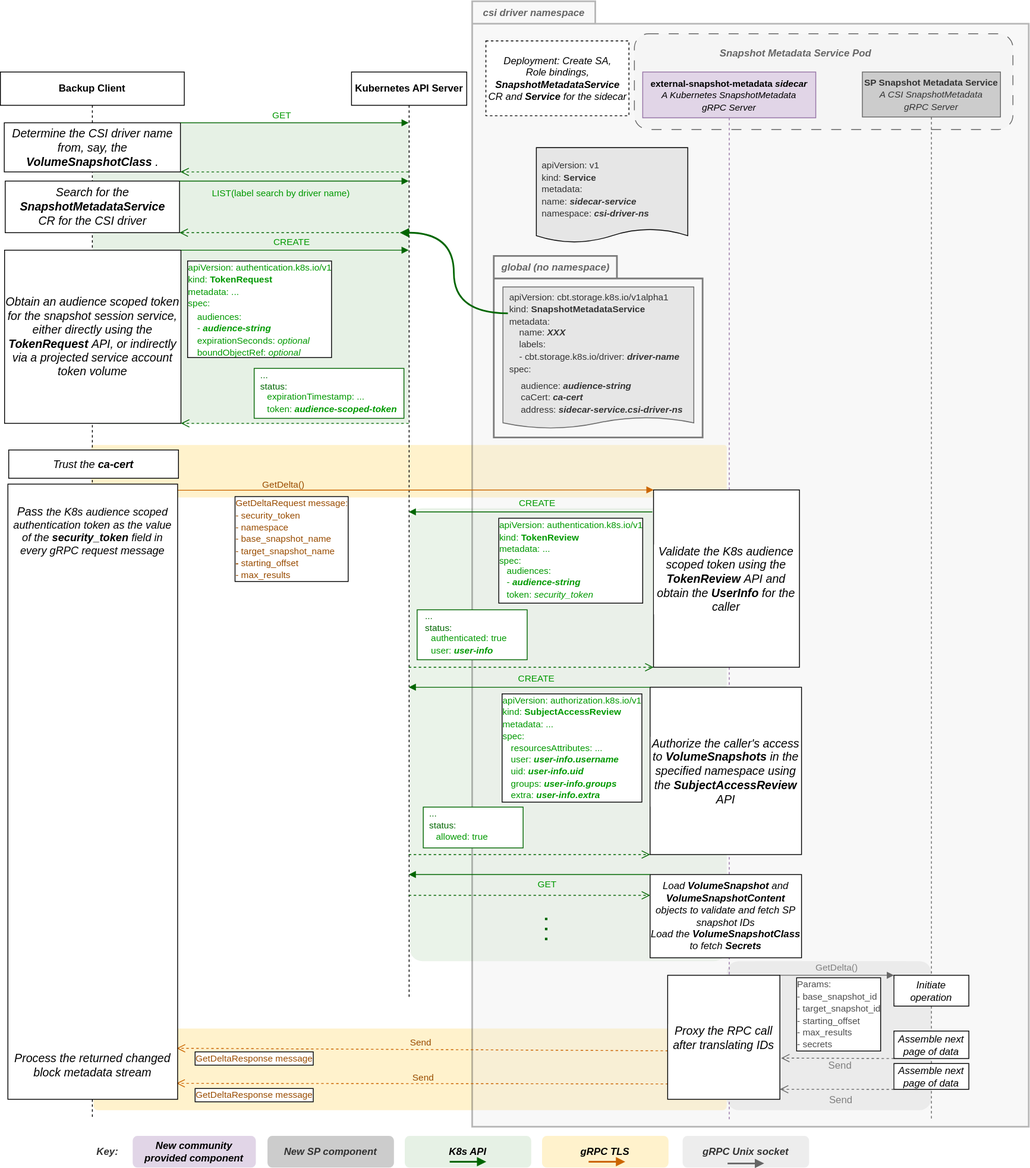
Before: keps/sig-storage/3314-csi-changed-block-tracking/flow.drawio.svg, a diagram exported from draw.io (kubernetes/enhancements). Source tidied: cells renumbered, new cells last; positions are measured from the earlier drawing's top-left corner, leaving out a move shared by most shapes.
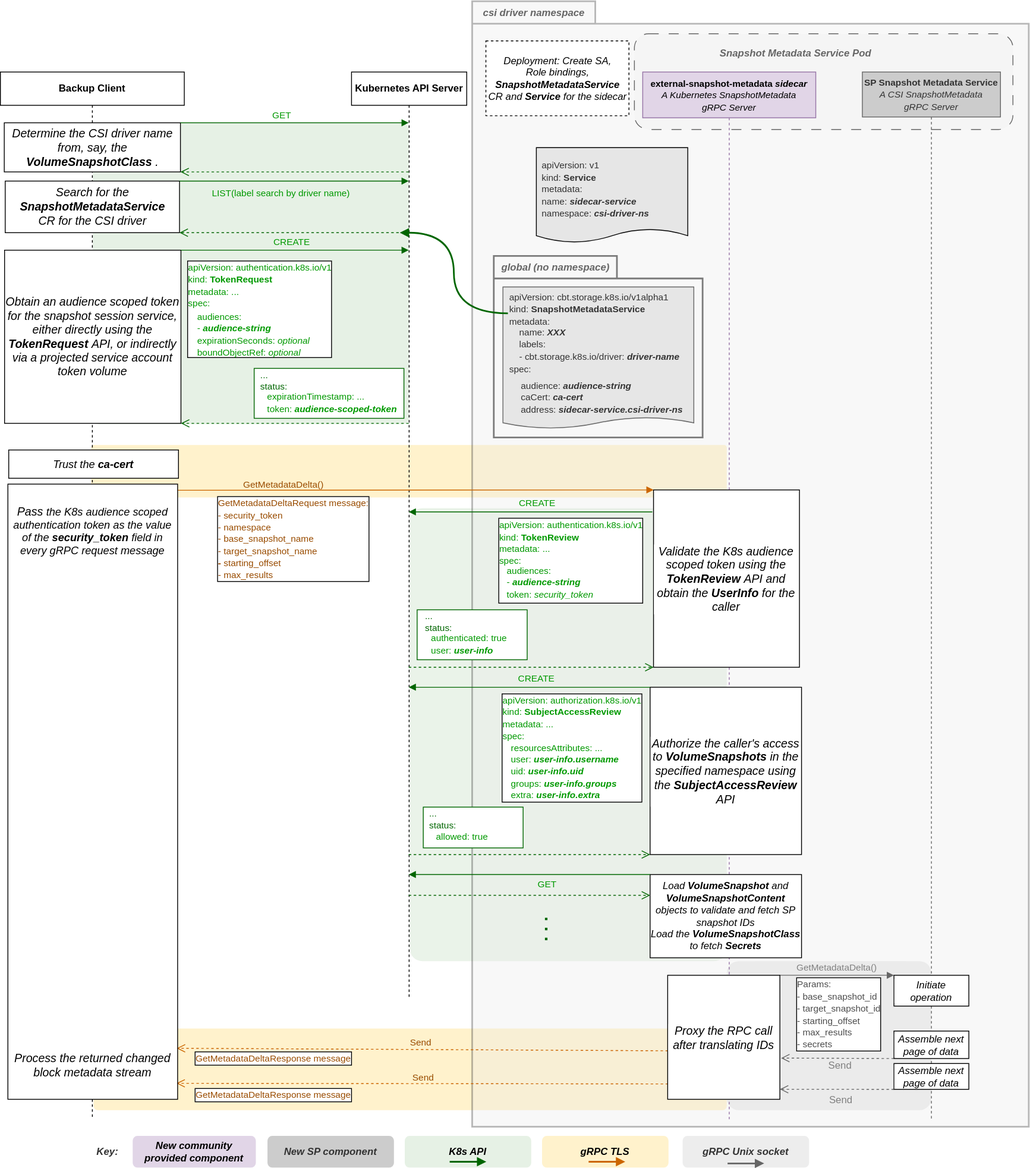
The same file after the commit.

Commit message:
Updated CSI spec; downplayed similarity between the K8s and CSI gRPC services.

The edit, as a diff of the source:
```diff
@@ -55,7 +55,7 @@
     <mxCell id="18" value="&lt;b&gt;Kubernetes API Server&lt;/b&gt;" style="shape=umlLifeline;perimeter=lifelinePerimeter;whiteSpace=wrap;html=1;outlineConnect=0;" parent="1" vertex="1">
       <mxGeometry x="422" y="85" width="138.5" height="1111" as="geometry" />
     </mxCell>
-    <mxCell id="19" value="&lt;font style=&quot;font-size: 11px;&quot; color=&quot;#994c00&quot;&gt;GetDelta()&lt;/font&gt;" style="html=1;verticalAlign=bottom;endArrow=block;labelBackgroundColor=none;strokeColor=#CC6600;fontSize=12;fontColor=#808080;entryX=0;entryY=0;entryDx=0;entryDy=0;exitX=0.998;exitY=0.01;exitDx=0;exitDy=0;exitPerimeter=0;" parent="1" edge="1" source="49" target="47">
+    <mxCell id="19" value="&lt;font style=&quot;font-size: 11px;&quot; color=&quot;#994c00&quot;&gt;GetMetadataDelta()&lt;/font&gt;" style="html=1;verticalAlign=bottom;endArrow=block;labelBackgroundColor=none;strokeColor=#CC6600;fontSize=12;fontColor=#808080;entryX=0;entryY=0;entryDx=0;entryDy=0;exitX=0.998;exitY=0.01;exitDx=0;exitDy=0;exitPerimeter=0;" parent="1" edge="1" source="49" target="47">
       <mxGeometry x="-0.56" y="-3" relative="1" as="geometry" />
     </mxCell>
     <mxCell id="20" style="html=1;verticalAlign=bottom;endArrow=open;dashed=1;endSize=8;labelBackgroundColor=none;strokeColor=#CC6600;fontSize=12;fontColor=#000000;entryX=0.995;entryY=0.917;entryDx=0;entryDy=0;entryPerimeter=0;exitX=0.003;exitY=0.609;exitDx=0;exitDy=0;exitPerimeter=0;" parent="1" edge="1" source="36" target="49">
@@ -66,8 +66,8 @@
         <mxPoint x="-76" y="-9" as="offset" />
       </mxGeometry>
     </mxCell>
-    <mxCell id="22" value="&lt;font style=&quot;font-size: 11px;&quot;&gt;&lt;font color=&quot;#994c00&quot;&gt;GetDeltaResponse message&lt;/font&gt;&lt;br&gt;&lt;/font&gt;" style="text;html=1;strokeColor=none;fillColor=none;align=left;verticalAlign=middle;whiteSpace=wrap;rounded=0;fontColor=#009900;labelBorderColor=default;labelBackgroundColor=default;" parent="1" vertex="1">
-      <mxGeometry x="232" y="1253" width="180" height="33" as="geometry" />
+    <mxCell id="22" value="&lt;font style=&quot;font-size: 11px;&quot;&gt;&lt;font color=&quot;#994c00&quot;&gt;GetMetadataDeltaResponse message&lt;/font&gt;&lt;br&gt;&lt;/font&gt;" style="text;html=1;strokeColor=none;fillColor=none;align=left;verticalAlign=middle;whiteSpace=wrap;rounded=0;fontColor=#009900;labelBorderColor=default;labelBackgroundColor=default;" parent="1" vertex="1">
+      <mxGeometry x="232" y="1253" width="204" height="33" as="geometry" />
     </mxCell>
     <mxCell id="23" style="html=1;verticalAlign=bottom;endArrow=open;dashed=1;endSize=8;labelBackgroundColor=none;strokeColor=#CC6600;fontSize=12;fontColor=#000000;entryX=0.993;entryY=0.974;entryDx=0;entryDy=0;exitX=0.004;exitY=0.876;exitDx=0;exitDy=0;exitPerimeter=0;entryPerimeter=0;" parent="1" edge="1" source="36" target="49">
       <mxGeometry relative="1" as="geometry" />
@@ -77,8 +77,8 @@
         <mxPoint x="-76" y="-5" as="offset" />
       </mxGeometry>
     </mxCell>
-    <mxCell id="25" value="&lt;font style=&quot;font-size: 11px;&quot;&gt;&lt;font color=&quot;#994c00&quot;&gt;GetDeltaResponse message&lt;/font&gt;&lt;br&gt;&lt;/font&gt;" style="text;html=1;strokeColor=none;fillColor=none;align=left;verticalAlign=middle;whiteSpace=wrap;rounded=0;fontColor=#009900;labelBorderColor=default;labelBackgroundColor=default;" parent="1" vertex="1">
-      <mxGeometry x="232" y="1297" width="180" height="33" as="geometry" />
+    <mxCell id="25" value="&lt;font style=&quot;font-size: 11px;&quot;&gt;&lt;font color=&quot;#994c00&quot;&gt;GetMetadataDeltaResponse message&lt;/font&gt;&lt;br&gt;&lt;/font&gt;" style="text;html=1;strokeColor=none;fillColor=none;align=left;verticalAlign=middle;whiteSpace=wrap;rounded=0;fontColor=#009900;labelBorderColor=default;labelBackgroundColor=default;" parent="1" vertex="1">
+      <mxGeometry x="232" y="1297" width="194" height="33" as="geometry" />
     </mxCell>
     <mxCell id="26" value="&lt;font&gt;&lt;b&gt;&lt;i&gt;Snapshot Metadata Service Pod&lt;br&gt;&lt;/i&gt;&lt;/b&gt;&lt;/font&gt;" style="text;html=1;strokeColor=none;fillColor=none;align=center;verticalAlign=middle;whiteSpace=wrap;rounded=0;labelBackgroundColor=none;labelBorderColor=none;fillStyle=solid;fontSize=12;fontColor=#666666;" parent="1" vertex="1">
       <mxGeometry x="859.8" y="48" width="191.5" height="30" as="geometry" />
@@ -96,7 +96,7 @@
         <mxPoint x="-12" y="13" as="offset" />
       </mxGeometry>
     </mxCell>
-    <mxCell id="30" value="&lt;font style=&quot;font-size: 11px;&quot;&gt;GetDelta()&lt;/font&gt;" style="html=1;verticalAlign=bottom;endArrow=block;labelBackgroundColor=none;strokeColor=#666666;fontSize=12;fontColor=#808080;exitX=1;exitY=0;exitDx=0;exitDy=0;entryX=0;entryY=0;entryDx=0;entryDy=0;" parent="1" edge="1" source="36" target="33">
+    <mxCell id="30" value="&lt;font style=&quot;font-size: 11px;&quot;&gt;GetMetadataDelta()&lt;/font&gt;" style="html=1;verticalAlign=bottom;endArrow=block;labelBackgroundColor=none;strokeColor=#666666;fontSize=12;fontColor=#808080;exitX=1;exitY=0;exitDx=0;exitDy=0;entryX=0;entryY=0;entryDx=0;entryDy=0;" parent="1" edge="1" source="36" target="33">
       <mxGeometry x="-0.01" relative="1" as="geometry" />
     </mxCell>
     <mxCell id="31" value="&lt;span style=&quot;font-size: 11px;&quot;&gt;&lt;b&gt;SP Snapshot Metadata Service&lt;/b&gt;&lt;br&gt;&lt;i style=&quot;&quot;&gt;A CSI SnapshotMetadata&lt;br&gt;gRPC Server&lt;/i&gt;&lt;br&gt;&lt;/span&gt;" style="shape=umlLifeline;perimeter=lifelinePerimeter;whiteSpace=wrap;html=1;fillColor=#CCCCCC;strokeColor=#666666;fontColor=#333333;size=54;" parent="1" vertex="1">
@@ -341,10 +341,10 @@
       <mxGeometry x="20" y="29" width="163" height="24.9" as="geometry" />
     </mxCell>
     <mxCell id="102" value="                                                            " style="group;" parent="1" vertex="1">
-      <mxGeometry x="280" y="594" width="141" height="103" as="geometry" />
+      <mxGeometry x="280" y="594" width="190" height="103" as="geometry" />
     </mxCell>
-    <mxCell id="103" value="&lt;font style=&quot;font-size: 11px;&quot;&gt;&lt;font color=&quot;#994c00&quot;&gt;GetDeltaRequest message:&lt;br&gt;- security_token&lt;br&gt;- namespace&lt;br&gt;- base_snapshot_name&lt;br&gt;- target_snapshot_name&amp;nbsp;&lt;br&gt;&lt;b&gt;- &lt;/b&gt;starting_offset&lt;br&gt;- max_results&lt;/font&gt;&lt;br&gt;&lt;/font&gt;" style="text;html=1;strokeColor=none;fillColor=none;align=left;verticalAlign=middle;whiteSpace=wrap;rounded=0;fontColor=#009900;labelBorderColor=default;labelBackgroundColor=default;" parent="102" vertex="1">
-      <mxGeometry width="141" height="103" as="geometry" />
+    <mxCell id="103" value="&lt;font style=&quot;font-size: 11px;&quot;&gt;&lt;font color=&quot;#994c00&quot;&gt;GetMetadataDeltaRequest message:&lt;br&gt;- security_token&lt;br&gt;- namespace&lt;br&gt;- base_snapshot_name&lt;br&gt;- target_snapshot_name&amp;nbsp;&lt;br&gt;&lt;b&gt;- &lt;/b&gt;starting_offset&lt;br&gt;- max_results&lt;/font&gt;&lt;br&gt;&lt;/font&gt;" style="text;html=1;strokeColor=none;fillColor=none;align=left;verticalAlign=middle;whiteSpace=wrap;rounded=0;fontColor=#009900;labelBorderColor=default;labelBackgroundColor=default;" parent="102" vertex="1">
+      <mxGeometry x="-21" width="190" height="103" as="geometry" />
     </mxCell>
     <mxCell id="104" value="&lt;font style=&quot;font-size: 11px;&quot;&gt;&lt;font color=&quot;#4d4d4d&quot;&gt;Params:&lt;br&gt;- base_snapshot_id&lt;br&gt;- target_snapshot_id&lt;br&gt;- starting_offset&lt;br&gt;- max_results&lt;br&gt;&lt;/font&gt;&lt;span style=&quot;color: rgb(77, 77, 77);&quot;&gt;- secrets&lt;/span&gt;&lt;br&gt;&lt;/font&gt;" style="text;html=1;strokeColor=none;fillColor=none;align=left;verticalAlign=middle;whiteSpace=wrap;rounded=0;fontColor=#009900;labelBorderColor=default;labelBackgroundColor=default;" parent="1" vertex="1">
       <mxGeometry x="955" y="1165" width="108" height="103" as="geometry" />
```
